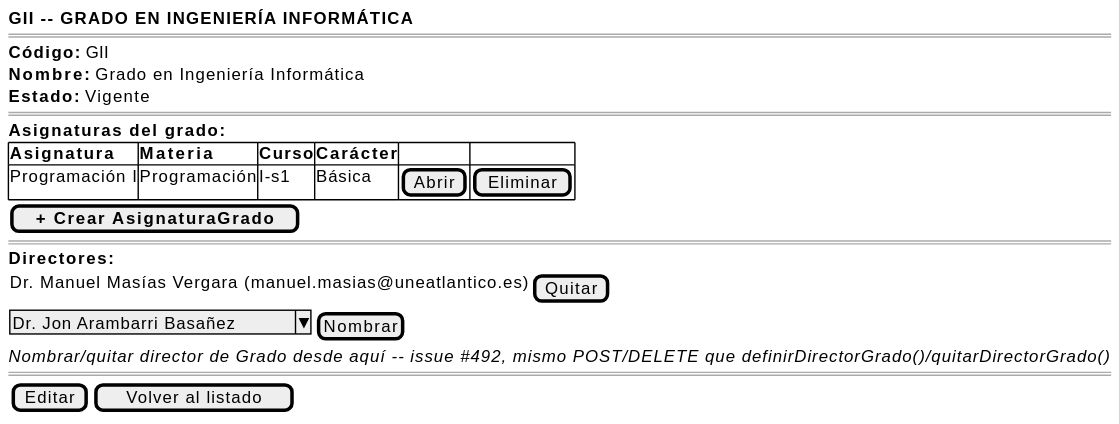
mmasias/pyCeldaPublico keeps this PlantUML diagram as images/RUP/01-requisitos/03-detalle-casos-uso/abrirPrograma/wireframe.svg. Above is the earlier version.
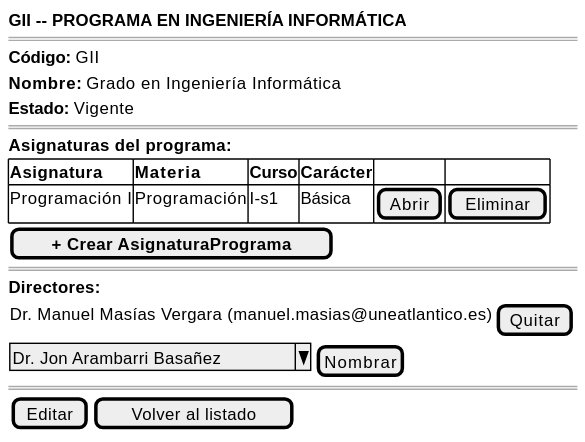
Above is the later version.

Diff of the diagram source:
```diff
@@ -1,17 +1,17 @@
-@startsalt abrirGrado-wireframe
+@startsalt abrirPrograma-wireframe
 {
-    <b>GII -- GRADO EN INGENIERÍA INFORMÁTICA</b>
+    <b>GII -- PROGRAMA EN INGENIERÍA INFORMÁTICA</b>
     ====
     <b>Código:</b> GII
     <b>Nombre:</b> Grado en Ingeniería Informática
     <b>Estado:</b> Vigente
     ====
-    <b>Asignaturas del grado:</b>
+    <b>Asignaturas del programa:</b>
     {#
         <b>Asignatura | <b>Materia | <b>Curso | <b>Carácter | . | .
         Programación I | Programación | I-s1 | Básica | [Abrir] | [Eliminar]
     }
-    [ <b>+ Crear AsignaturaGrado</b> ]
+    [ <b>+ Crear AsignaturaPrograma</b> ]
     ====
     <b>Directores:</b>
     {
@@ -20,7 +20,6 @@
     {
         ^Dr. Jon Arambarri Basañez^ | [Nombrar]
     }
-    <i>Nombrar/quitar director de Grado desde aquí -- issue #492, mismo POST/DELETE que definirDirectorGrado()/quitarDirectorGrado()</i>
     ====
     {[Editar] | [Volver al listado]}
 }
```
